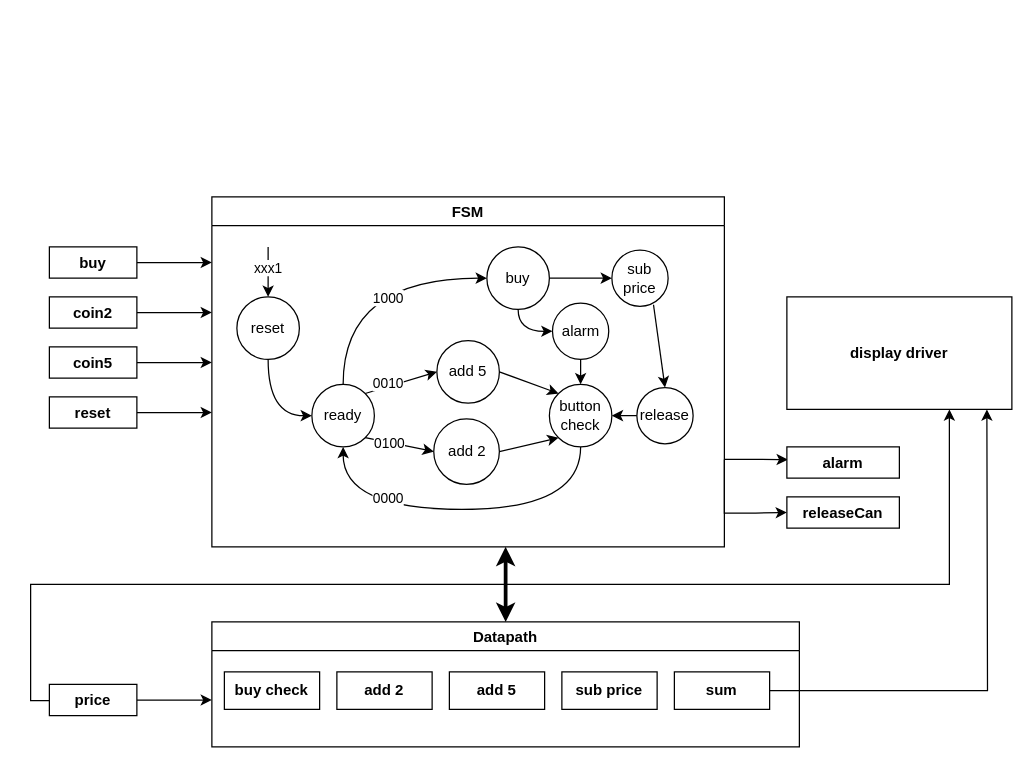
This is FSM+DP.drawio from nemzyx/FPGA-pong, a draw.io file, before an edit. Source tidied: cells renumbered, new cells numbered last; positions are measured from the earlier drawing's top-left corner, leaving out a move shared by most shapes. Both pictures are drawn from the tidied source at 125%, with x=0, y=0 at pixel (30, 196).
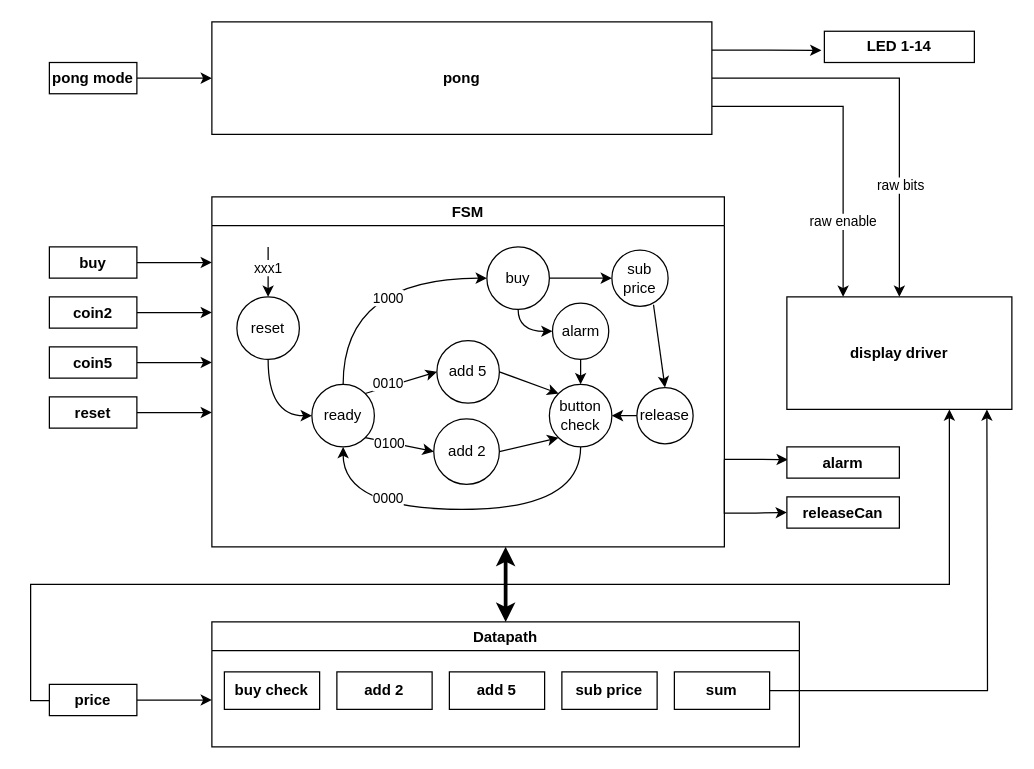
After the change.

The change refers to these unchanged cells:
```xml
<mxCell id="53" value="display driver" style="rounded=0;whiteSpace=wrap;html=1;fontStyle=1;" parent="1" vertex="1">
  <mxGeometry x="605" y="80" width="180" height="90" as="geometry" />
</mxCell>
```

What changed in the source:
```diff
@@
+    <mxCell id="54" style="edgeStyle=orthogonalEdgeStyle;html=1;exitX=1;exitY=0.5;exitDx=0;exitDy=0;entryX=0.5;entryY=0;entryDx=0;entryDy=0;rounded=0;" parent="1" edge="1" source="59" target="53">
+      <mxGeometry relative="1" as="geometry" />
+    </mxCell>
+    <mxCell id="55" value="raw bits" style="edgeLabel;html=1;align=center;verticalAlign=middle;" parent="54" vertex="1">
+      <mxGeometry x="0.45" relative="1" as="geometry">
+        <mxPoint y="-1" as="offset" />
+      </mxGeometry>
+    </mxCell>
+    <mxCell id="56" style="edgeStyle=orthogonalEdgeStyle;rounded=0;html=1;exitX=1;exitY=0.75;exitDx=0;exitDy=0;entryX=0.25;entryY=0;entryDx=0;entryDy=0;" parent="1" edge="1" source="59" target="53">
+      <mxGeometry relative="1" as="geometry" />
+    </mxCell>
+    <mxCell id="57" value="raw enable" style="edgeLabel;html=1;align=center;verticalAlign=middle;" parent="56" vertex="1">
+      <mxGeometry x="0.53" y="-1" relative="1" as="geometry" />
+    </mxCell>
+    <mxCell id="58" style="edgeStyle=orthogonalEdgeStyle;rounded=0;html=1;exitX=1;exitY=0.25;exitDx=0;exitDy=0;entryX=-0.02;entryY=0.611;entryDx=0;entryDy=0;entryPerimeter=0;" parent="1" edge="1" source="59" target="62">
+      <mxGeometry relative="1" as="geometry" />
+    </mxCell>
+    <mxCell id="59" value="pong" style="rounded=0;whiteSpace=wrap;html=1;fontStyle=1;" parent="1" vertex="1">
+      <mxGeometry x="145" y="-140" width="400" height="90" as="geometry" />
+    </mxCell>
+    <mxCell id="60" style="edgeStyle=orthogonalEdgeStyle;rounded=0;html=1;exitX=1;exitY=0.5;exitDx=0;exitDy=0;entryX=0;entryY=0.5;entryDx=0;entryDy=0;" parent="1" edge="1" source="61" target="59">
+      <mxGeometry relative="1" as="geometry" />
+    </mxCell>
+    <mxCell id="61" value="pong mode" style="rounded=0;whiteSpace=wrap;html=1;fontStyle=1;" parent="1" vertex="1">
+      <mxGeometry x="15" y="-107.5" width="70" height="25" as="geometry" />
+    </mxCell>
+    <mxCell id="62" value="LED 1-14" style="rounded=0;whiteSpace=wrap;html=1;fontStyle=1;" parent="1" vertex="1">
+      <mxGeometry x="635" y="-132.5" width="120" height="25" as="geometry" />
+    </mxCell>
```
